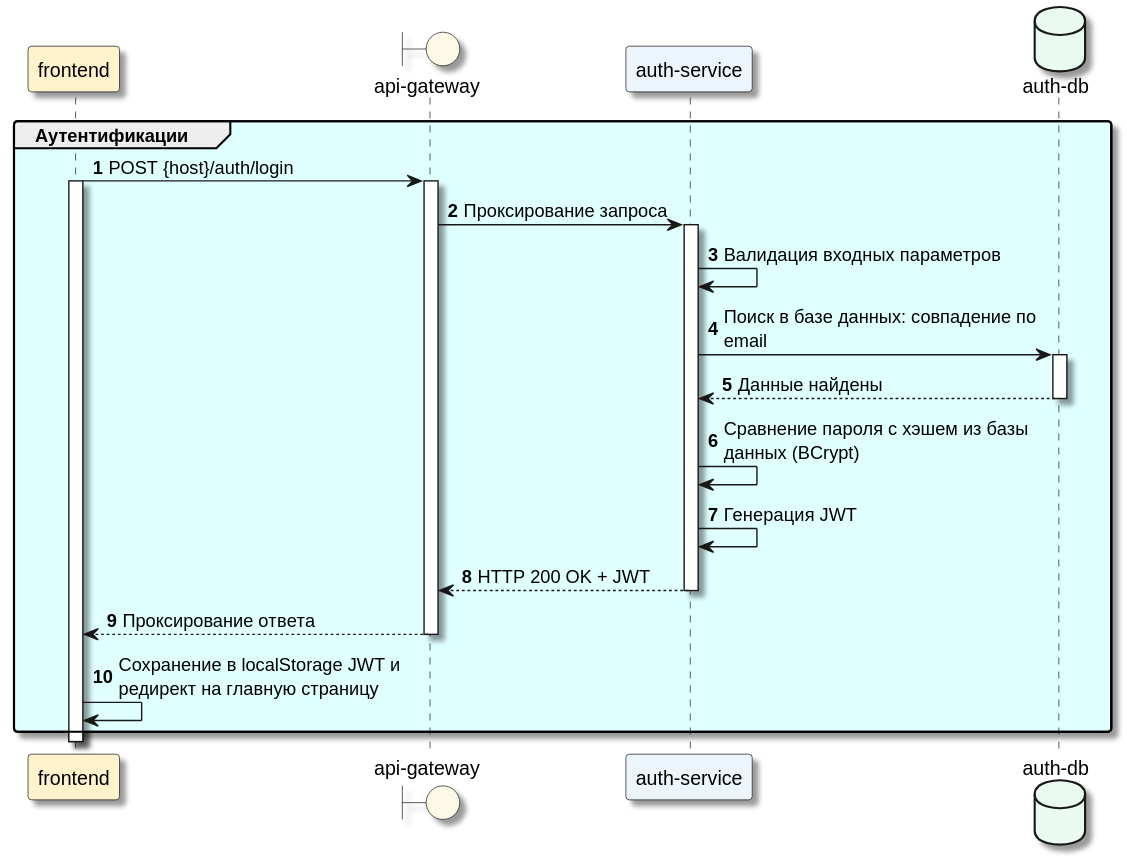
ni1a207/Healthcare-System keeps this PlantUML diagram as Docs/As-is/Diagrams/Auth.svg. Above is the earlier version. The source it was exported from:
```plantuml
@startuml
skinparam Shadowing true
skinparam RoundCorner 5
skinparam MaxMessageSize 250
participant "frontend" as FE #FFF2CC
boundary "api-gateway" as GW #FEF9E7
participant "auth-service" as Auth #EBF5FB
database "auth-db" as DB #EAFAF1
autonumber "<b>0</b>"
group #LightCyan Аутентификации
    FE -> GW: POST {host}/auth/login
    activate FE #White
    activate GW
    GW -> Auth: Проксирование запроса
    activate Auth
    Auth -> Auth: Валидация входных параметров
    Auth -> DB: Поиск в базе данных: совпадение по email
    activate DB
    DB --> Auth: Данные найдены
    deactivate DB
    Auth -> Auth: Сравнение пароля с хэшем из базы данных (BCrypt)
Auth -> Auth: Генерация JWT
    Auth --> GW: HTTP 200 OK + JWT
    deactivate Auth
    GW --> FE: Проксирование ответа
    deactivate GW
    FE -> FE: Сохранение в localStorage JWT и редирект на главную страницу
    end
    deactivate FE
@enduml
```
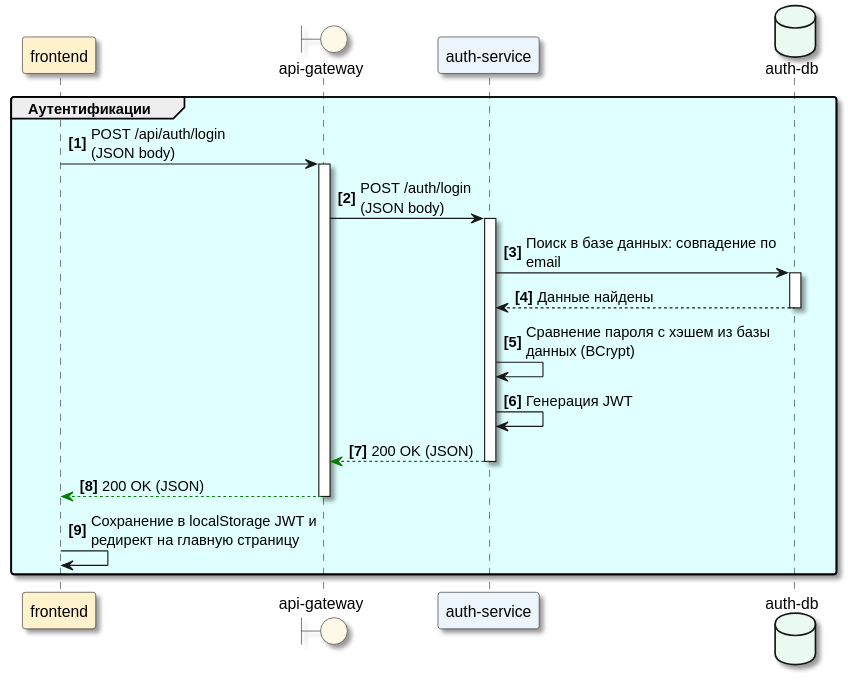
The same file after the commit.

Diff of the diagram source:
```diff
@@ -6,25 +6,22 @@
 boundary "api-gateway" as GW #FEF9E7
 participant "auth-service" as Auth #EBF5FB
 database "auth-db" as DB #EAFAF1
-autonumber "<b>0</b>"
+autonumber "<b>[0]</b>"
 group #LightCyan Аутентификации
-    FE -> GW: POST {host}/auth/login
-    activate FE #White
+    FE -> GW: POST /api/auth/login\n(JSON body)
     activate GW
-    GW -> Auth: Проксирование запроса
+    GW -> Auth: POST /auth/login\n(JSON body)
     activate Auth
-    Auth -> Auth: Валидация входных параметров
     Auth -> DB: Поиск в базе данных: совпадение по email
     activate DB
     DB --> Auth: Данные найдены
     deactivate DB
     Auth -> Auth: Сравнение пароля с хэшем из базы данных (BCrypt)
 Auth -> Auth: Генерация JWT
-    Auth --> GW: HTTP 200 OK + JWT
+    Auth --[#green]> GW: 200 OK (JSON)
     deactivate Auth
-    GW --> FE: Проксирование ответа
+    GW --[#green]> FE: 200 OK (JSON)
     deactivate GW
     FE -> FE: Сохранение в localStorage JWT и редирект на главную страницу
     end
-    deactivate FE
 @enduml
```
